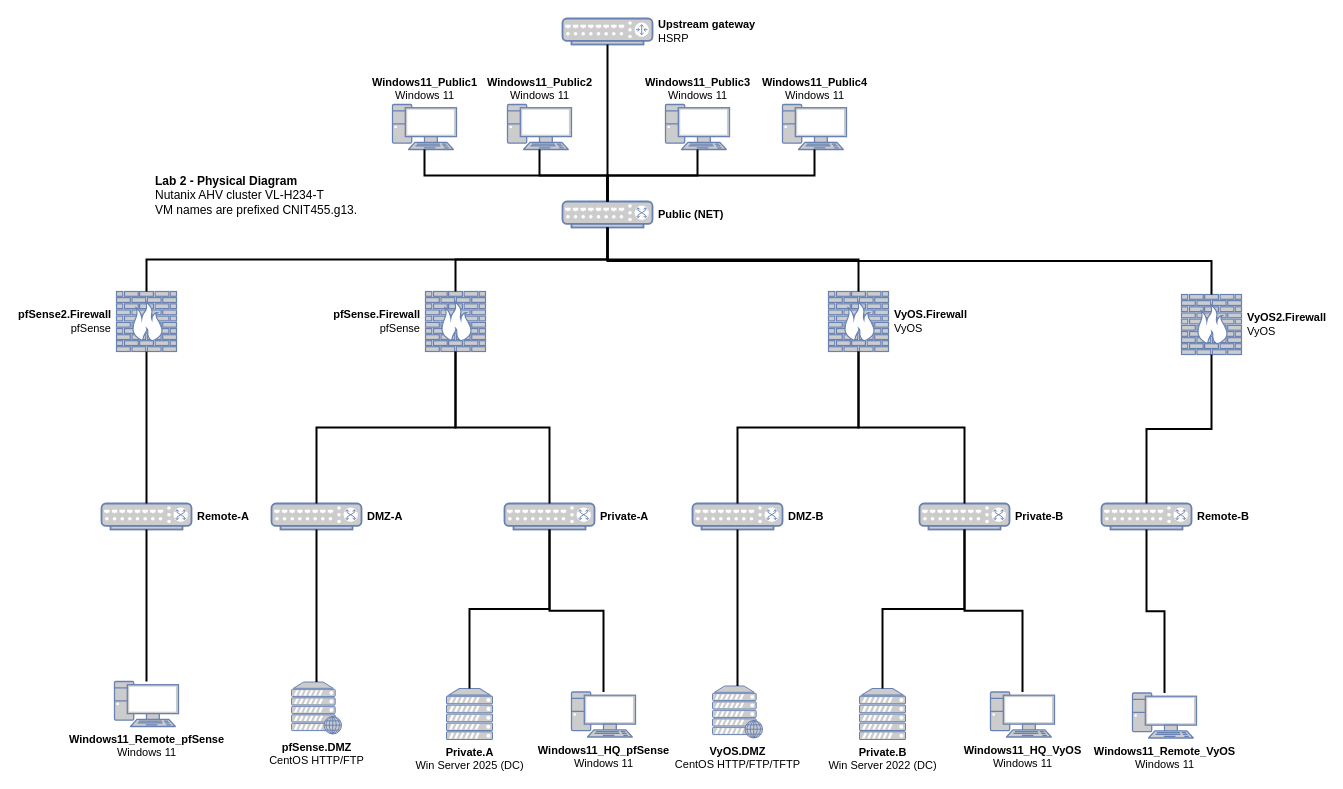
BradyWill42/C345Diagrams keeps this draw.io diagram as PhysicalDiagram455Lab2.drawio. Above is the earlier version. Source tidied: cells renumbered, new cells numbered last; positions are measured from the earlier drawing's top-left corner, leaving out a move shared by most shapes. Both pictures are drawn from the tidied source at 100%, with x=0, y=0 at pixel (101, 18).
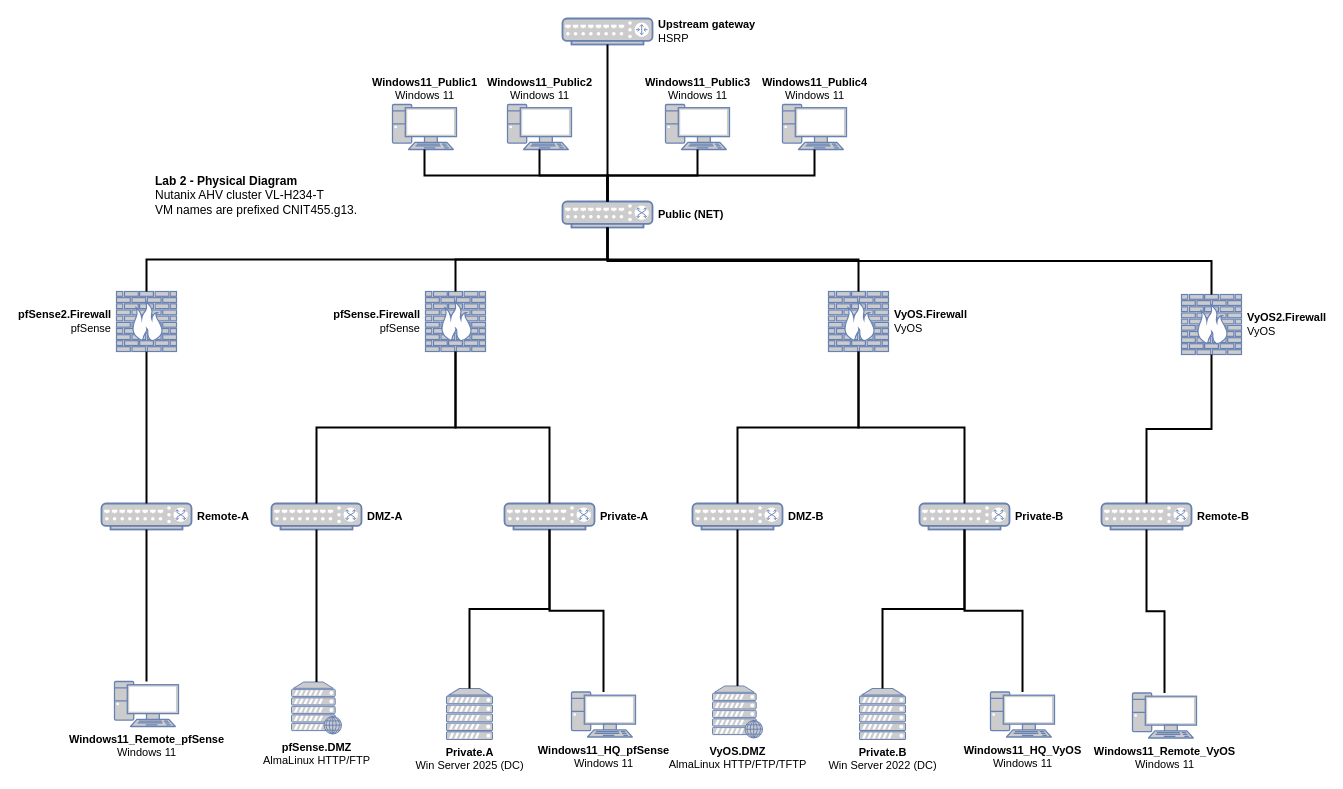
After the change.

The edit, as a diff of the source:
```diff
@@
-    <mxCell id="19" value="&lt;b&gt;pfSense.DMZ&lt;/b&gt;&lt;br&gt;CentOS HTTP/FTP" style="html=1;outlineConnect=0;fillColor=#CCCCCC;strokeColor=#6881B3;strokeWidth=2;fontSize=11;verticalLabelPosition=bottom;verticalAlign=top;labelPosition=center;align=center;shape=mxgraph.networks.web_server;" parent="1" vertex="1">
+    <mxCell id="19" value="&lt;b&gt;pfSense.DMZ&lt;/b&gt;&lt;br&gt;AlmaLinux HTTP/FTP" style="html=1;outlineConnect=0;fillColor=#CCCCCC;strokeColor=#6881B3;strokeWidth=2;fontSize=11;verticalLabelPosition=bottom;verticalAlign=top;labelPosition=center;align=center;shape=mxgraph.networks.web_server;" parent="1" vertex="1">
       <mxGeometry x="190" y="663.5" width="50" height="52" as="geometry" />
     </mxCell>
@@
-    <mxCell id="22" value="&lt;b&gt;VyOS.DMZ&lt;/b&gt;&lt;br&gt;CentOS HTTP/FTP/TFTP" style="html=1;outlineConnect=0;fillColor=#CCCCCC;strokeColor=#6881B3;strokeWidth=2;fontSize=11;verticalLabelPosition=bottom;verticalAlign=top;labelPosition=center;align=center;shape=mxgraph.networks.web_server;" parent="1" vertex="1">
+    <mxCell id="22" value="&lt;b&gt;VyOS.DMZ&lt;/b&gt;&lt;br&gt;AlmaLinux HTTP/FTP/TFTP" style="html=1;outlineConnect=0;fillColor=#CCCCCC;strokeColor=#6881B3;strokeWidth=2;fontSize=11;verticalLabelPosition=bottom;verticalAlign=top;labelPosition=center;align=center;shape=mxgraph.networks.web_server;" parent="1" vertex="1">
       <mxGeometry x="611" y="667.5" width="50" height="52" as="geometry" />
     </mxCell>
```
